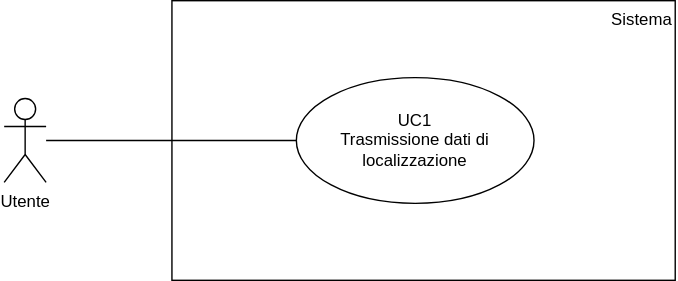
Before: assets/use_cases/UC2.svg, a diagram exported from draw.io (SWEatUNIPD/docs). Source tidied: cells renumbered, new cells last; positions are measured from the earlier drawing's top-left corner, leaving out a move shared by most shapes. Source of this version:
```xml
<mxGraphModel>
  <root>
    <mxCell id="0" />
    <mxCell id="1" parent="0" />
    <mxCell id="2" value="Sistema" style="html=1;whiteSpace=wrap;verticalAlign=top;align=right;" parent="1" vertex="1">
      <mxGeometry x="120" width="360" height="200" as="geometry" />
    </mxCell>
    <mxCell id="3" style="edgeStyle=orthogonalEdgeStyle;rounded=0;jettySize=auto;html=1;entryX=0;entryY=0.5;entryDx=0;entryDy=0;endArrow=none;endFill=0;" parent="1" edge="1" source="4" target="5">
      <mxGeometry relative="1" as="geometry" />
    </mxCell>
    <mxCell id="4" value="Utente" style="shape=umlActor;verticalLabelPosition=bottom;verticalAlign=top;html=1;outlineConnect=0;" parent="1" vertex="1">
      <mxGeometry y="70" width="30" height="60" as="geometry" />
    </mxCell>
    <mxCell id="5" value="UC1&lt;div&gt;Trasmissione dati di localizzazione&lt;/div&gt;" style="ellipse;whiteSpace=wrap;html=1;" parent="1" vertex="1">
      <mxGeometry x="209" y="55" width="170" height="90" as="geometry" />
    </mxCell>
  </root>
</mxGraphModel>
```
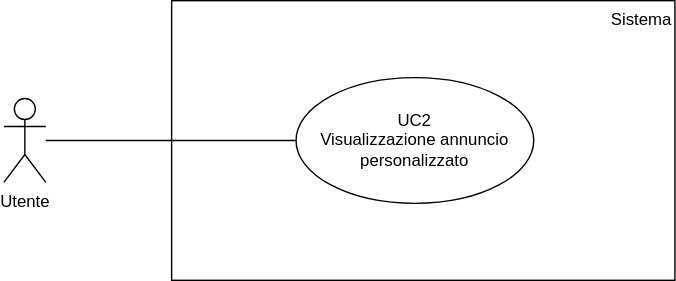
Above is the later version.

Diff of the diagram source:
```diff
@@ -11,7 +11,7 @@
     <mxCell id="4" value="Utente" style="shape=umlActor;verticalLabelPosition=bottom;verticalAlign=top;html=1;outlineConnect=0;" parent="1" vertex="1">
       <mxGeometry y="70" width="30" height="60" as="geometry" />
     </mxCell>
-    <mxCell id="5" value="UC1&lt;div&gt;Trasmissione dati di localizzazione&lt;/div&gt;" style="ellipse;whiteSpace=wrap;html=1;" parent="1" vertex="1">
+    <mxCell id="5" value="UC2&lt;div&gt;Visualizzazione annuncio personalizzato&lt;/div&gt;" style="ellipse;whiteSpace=wrap;html=1;" parent="1" vertex="1">
       <mxGeometry x="209" y="55" width="170" height="90" as="geometry" />
     </mxCell>
   </root>
```
